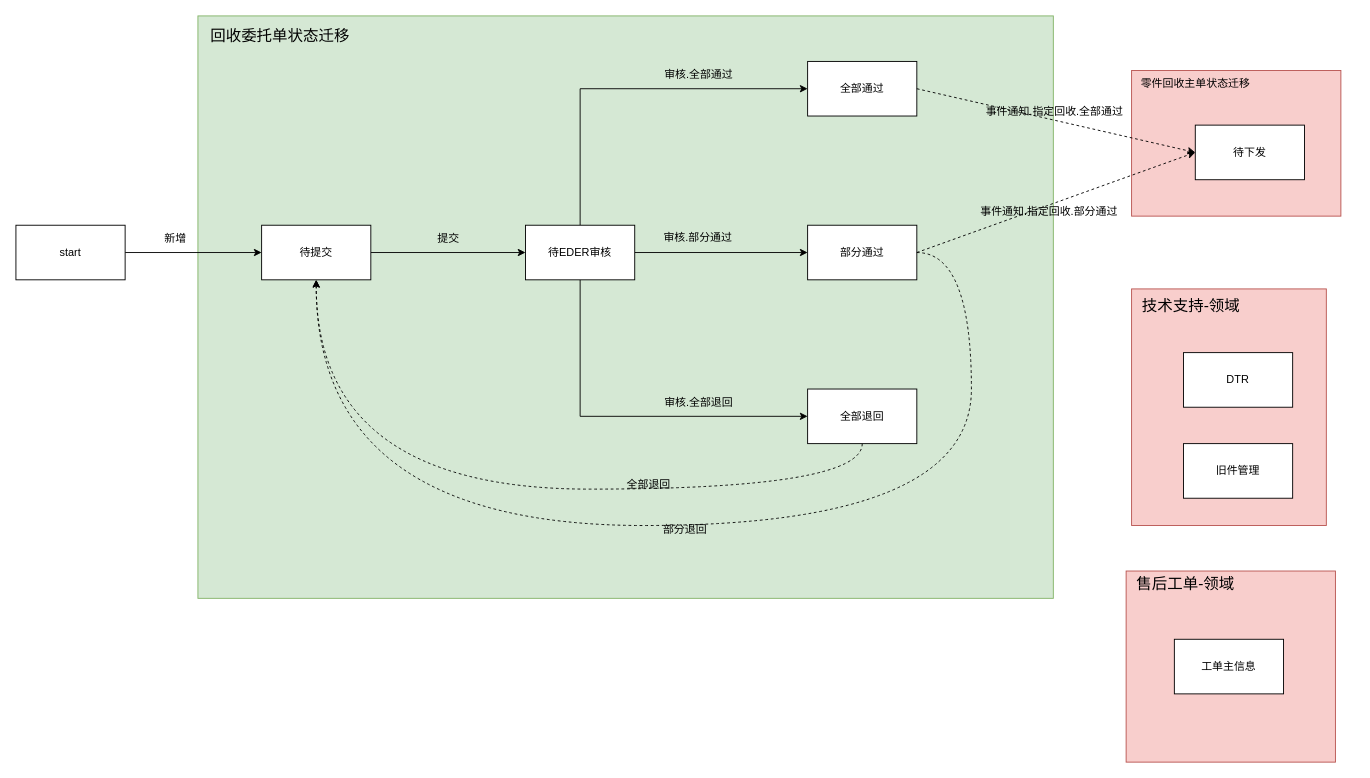
1132489442/designer keeps this draw.io diagram as 回收委托单事件设计.drawio. Above is the earlier version. Source tidied: cells renumbered, new cells numbered last; positions are measured from the earlier drawing's top-left corner, leaving out a move shared by most shapes. Both pictures are drawn from the tidied source at 91%, with x=0, y=0 at pixel (15, 15).
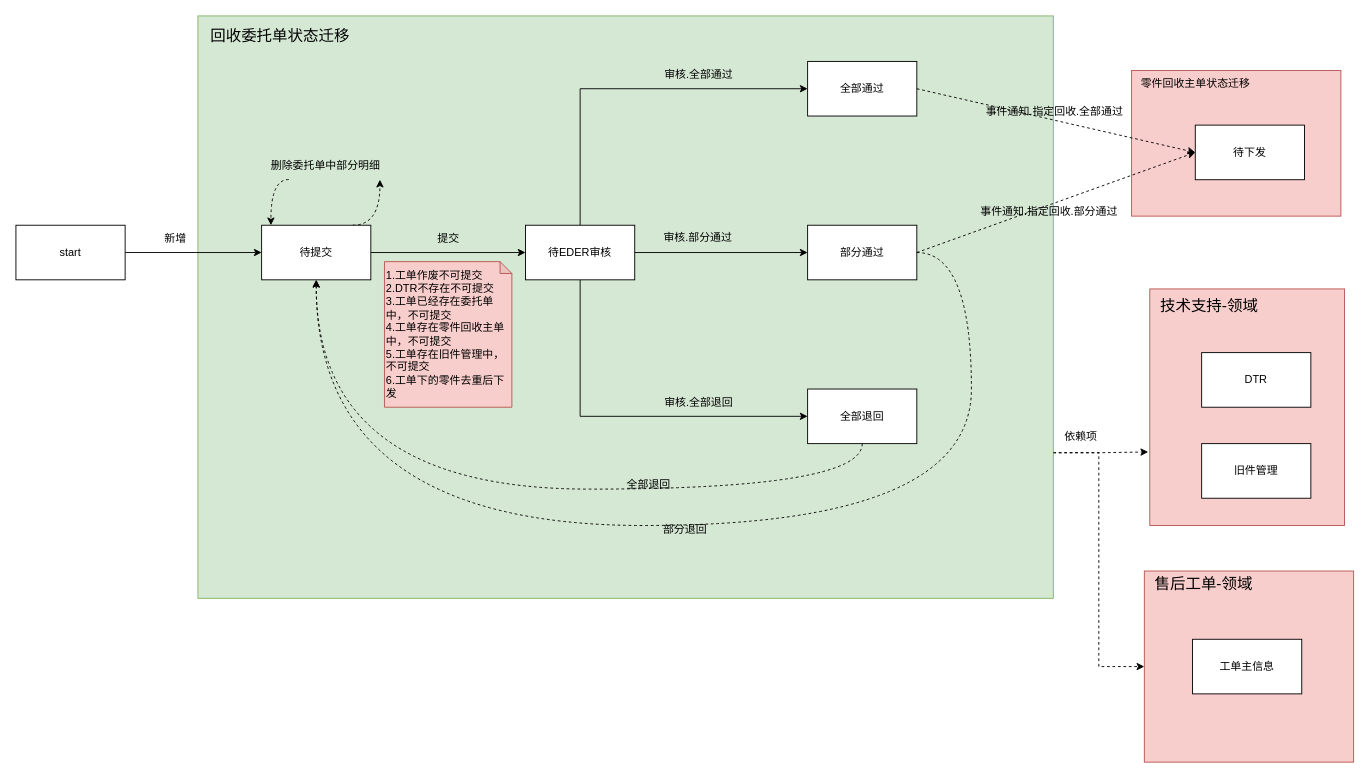
Above is the later version.

Commit message (it also covers changes not shown here):
更新回收委托单事件设计.drawio

Unchanged cells that the change refers to:
```xml
<mxCell id="2" style="rounded=0;whiteSpace=wrap;html=1;fillColor=#d5e8d4;strokeColor=#82b366;" parent="1" vertex="1">
  <mxGeometry x="200" width="940" height="640" as="geometry" />
</mxCell>
```

Change to the diagram source:
```diff
@@
+    <mxCell id="38" style="edgeStyle=orthogonalEdgeStyle;rounded=0;jettySize=auto;html=1;exitX=1;exitY=0.75;exitDx=0;exitDy=0;entryX=0;entryY=0.5;entryDx=0;entryDy=0;dashed=1;" parent="1" edge="1" source="2" target="35">
+      <mxGeometry relative="1" as="geometry" />
+    </mxCell>
@@
+    <mxCell id="39" style="edgeStyle=orthogonalEdgeStyle;rounded=0;orthogonalLoop=1;jettySize=auto;html=1;exitX=0.5;exitY=0;exitDx=0;exitDy=0;dashed=1;curved=1;" parent="1" edge="1">
+      <mxGeometry relative="1" as="geometry">
+        <mxPoint x="370" y="230" as="sourcePoint" />
+        <mxPoint x="400" y="180" as="targetPoint" />
+        <Array as="points">
+          <mxPoint x="400" y="230" />
+        </Array>
+      </mxGeometry>
+    </mxCell>
@@
     <mxCell id="31" style="whiteSpace=wrap;html=1;fillColor=#f8cecc;strokeColor=#b85450;" parent="1" vertex="1">
-      <mxGeometry x="1226" y="300" width="214" height="260" as="geometry" />
+      <mxGeometry x="1246" y="300" width="214" height="260" as="geometry" />
     </mxCell>
     <mxCell id="32" value="DTR" style="whiteSpace=wrap;html=1;" parent="1" vertex="1">
-      <mxGeometry x="1283" y="370" width="120" height="60" as="geometry" />
+      <mxGeometry x="1303" y="370" width="120" height="60" as="geometry" />
     </mxCell>
     <mxCell id="33" value="旧件管理" style="whiteSpace=wrap;html=1;" parent="1" vertex="1">
-      <mxGeometry x="1283" y="470" width="120" height="60" as="geometry" />
+      <mxGeometry x="1303" y="470" width="120" height="60" as="geometry" />
     </mxCell>
     <mxCell id="34" value="技术支持-领域" style="text;html=1;align=center;verticalAlign=middle;strokeColor=none;fillColor=none;fontSize=17;" parent="1" vertex="1">
-      <mxGeometry x="1226" y="305" width="130" height="30" as="geometry" />
+      <mxGeometry x="1246" y="305" width="130" height="30" as="geometry" />
     </mxCell>
     <mxCell id="35" style="whiteSpace=wrap;html=1;fillColor=#f8cecc;strokeColor=#b85450;" parent="1" vertex="1">
-      <mxGeometry x="1220" y="610" width="230" height="210" as="geometry" />
+      <mxGeometry x="1240" y="610" width="230" height="210" as="geometry" />
     </mxCell>
     <mxCell id="36" value="售后工单-领域" style="text;html=1;align=center;verticalAlign=middle;strokeColor=none;fillColor=none;fontSize=17;" parent="1" vertex="1">
-      <mxGeometry x="1220" y="610" width="130" height="30" as="geometry" />
+      <mxGeometry x="1240" y="610" width="130" height="30" as="geometry" />
     </mxCell>
     <mxCell id="37" value="工单主信息" style="whiteSpace=wrap;html=1;" parent="1" vertex="1">
-      <mxGeometry x="1273" y="685" width="120" height="60" as="geometry" />
+      <mxGeometry x="1293" y="685" width="120" height="60" as="geometry" />
     </mxCell>
+    <mxCell id="40" style="edgeStyle=orthogonalEdgeStyle;rounded=0;jettySize=auto;html=1;exitX=1;exitY=0.75;exitDx=0;exitDy=0;entryX=-0.008;entryY=0.689;entryDx=0;entryDy=0;entryPerimeter=0;dashed=1;" parent="1" edge="1" source="2" target="31">
+      <mxGeometry relative="1" as="geometry" />
+    </mxCell>
+    <mxCell id="41" value="依赖项" style="text;html=1;align=center;verticalAlign=middle;strokeColor=none;fillColor=none;" parent="1" vertex="1">
+      <mxGeometry x="1140" y="448" width="60" height="30" as="geometry" />
+    </mxCell>
+    <mxCell id="42" value="1.工单作废不可提交&lt;br&gt;2.DTR不存在不可提交&lt;br&gt;3.工单已经存在委托单中，不可提交&lt;br&gt;4.工单存在零件回收主单中，不可提交&lt;br&gt;5.工单存在旧件管理中，不可提交&lt;br&gt;6.工单下的零件去重后下发" style="shape=note;whiteSpace=wrap;html=1;backgroundOutline=1;darkOpacity=0.05;align=left;size=13;fillColor=#f8cecc;strokeColor=#b85450;" parent="1" vertex="1">
+      <mxGeometry x="405" y="270" width="140" height="160" as="geometry" />
+    </mxCell>
+    <mxCell id="43" value="删除委托单中部分明细" style="text;html=1;align=center;verticalAlign=middle;strokeColor=none;fillColor=none;" parent="1" vertex="1">
+      <mxGeometry x="270" y="150" width="140" height="30" as="geometry" />
+    </mxCell>
+    <mxCell id="44" style="endArrow=classic;html=1;rounded=0;exitX=0.354;exitY=0.992;exitDx=0;exitDy=0;exitPerimeter=0;entryX=0.25;entryY=0;entryDx=0;entryDy=0;dashed=1;edgeStyle=orthogonalEdgeStyle;elbow=vertical;curved=1;" parent="1" edge="1">
+      <mxGeometry relative="1" as="geometry">
+        <mxPoint x="299.8" y="179.8" as="sourcePoint" />
+        <mxPoint x="280.2" y="230" as="targetPoint" />
+        <Array as="points">
+          <mxPoint x="280.2" y="180" />
+        </Array>
+      </mxGeometry>
+    </mxCell>
```
